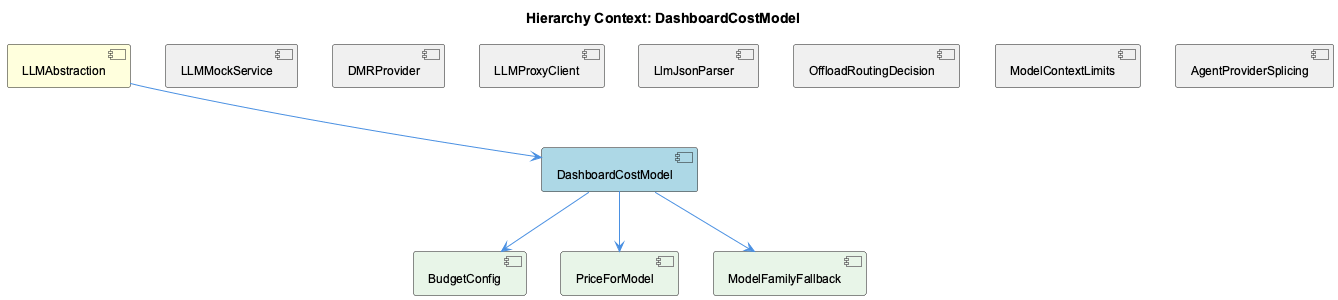
fwornle/coding keeps this PlantUML diagram as knowledge-management/insights/images/dashboard-cost-model-relationship.png. Above is the earlier version.
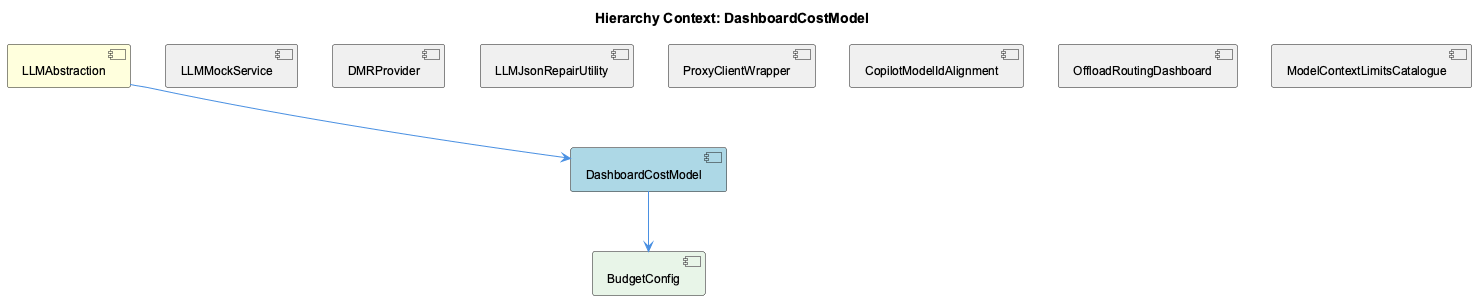
Above is the later version.

What changed in the source:
```diff
@@ -7,25 +7,21 @@
 [DashboardCostModel] as dashboard_cost_model #LightBlue
 [LLMMockService] as llmmock_service #F0F0F0
 [DMRProvider] as dmrprovider #F0F0F0
-[LLMProxyClient] as llmproxy_client #F0F0F0
-[LlmJsonParser] as llm_json_parser #F0F0F0
-[OffloadRoutingDecision] as offload_routing_decision #F0F0F0
-[ModelContextLimits] as model_context_limits #F0F0F0
-[AgentProviderSplicing] as agent_provider_splicing #F0F0F0
+[LLMJsonRepairUtility] as llmjson_repair_utility #F0F0F0
+[ProxyClientWrapper] as proxy_client_wrapper #F0F0F0
+[CopilotModelIdAlignment] as copilot_model_id_alignment #F0F0F0
+[OffloadRoutingDashboard] as offload_routing_dashboard #F0F0F0
+[ModelContextLimitsCatalogue] as model_context_limits_catalogue #F0F0F0
 [BudgetConfig] as budget_config #E8F5E8
-[PriceForModel] as price_for_model #E8F5E8
-[ModelFamilyFallback] as model_family_fallback #E8F5E8
 
 llmabstraction --> dashboard_cost_model
 llmmock_service -[hidden]- dashboard_cost_model
 dmrprovider -[hidden]- dashboard_cost_model
-llmproxy_client -[hidden]- dashboard_cost_model
-llm_json_parser -[hidden]- dashboard_cost_model
-offload_routing_decision -[hidden]- dashboard_cost_model
-model_context_limits -[hidden]- dashboard_cost_model
-agent_provider_splicing -[hidden]- dashboard_cost_model
+llmjson_repair_utility -[hidden]- dashboard_cost_model
+proxy_client_wrapper -[hidden]- dashboard_cost_model
+copilot_model_id_alignment -[hidden]- dashboard_cost_model
+offload_routing_dashboard -[hidden]- dashboard_cost_model
+model_context_limits_catalogue -[hidden]- dashboard_cost_model
 dashboard_cost_model --> budget_config
-dashboard_cost_model --> price_for_model
-dashboard_cost_model --> model_family_fallback
 
 @enduml
```
